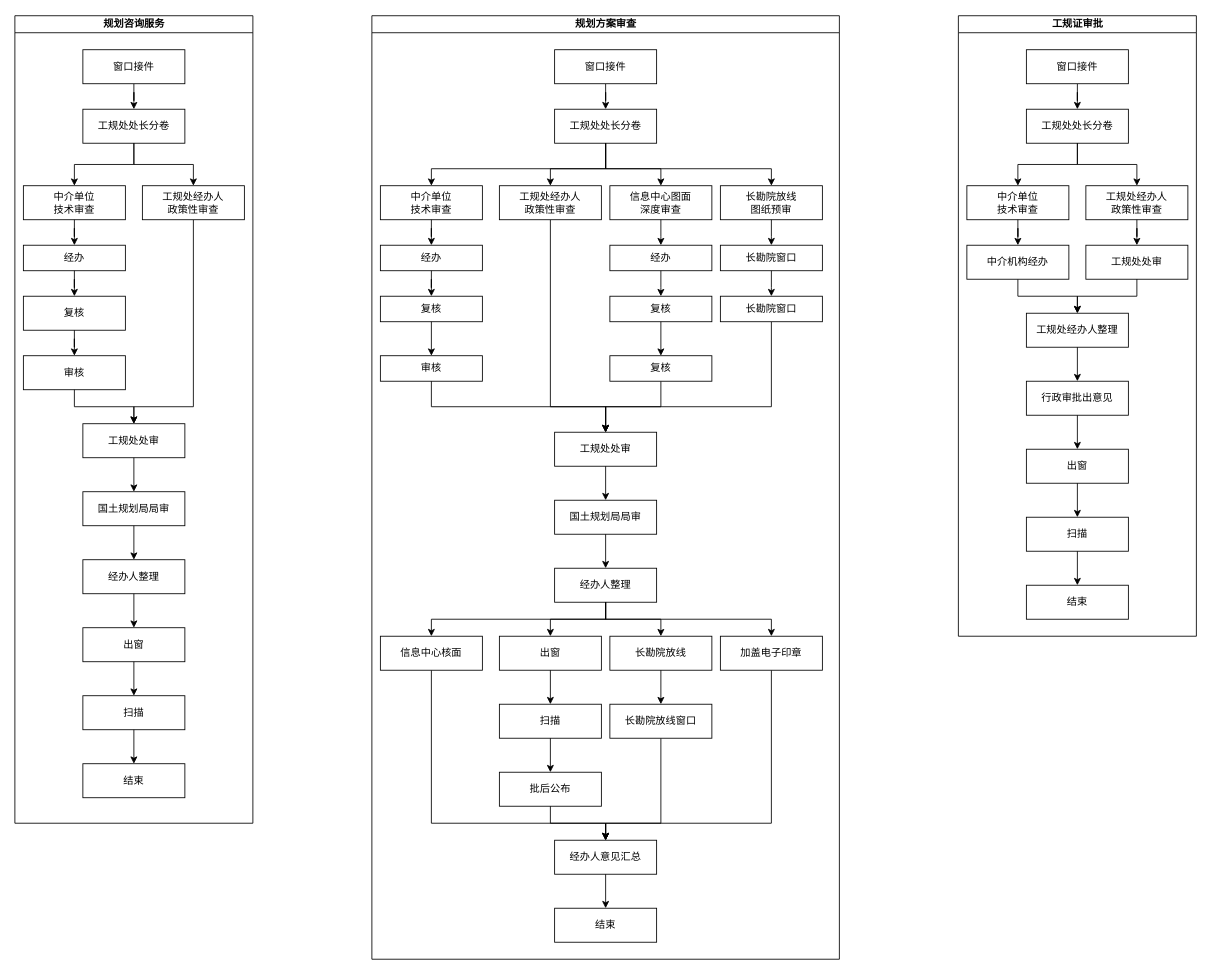
The draw.io diagram Untitled Diagram.drawio in 806100963/hellow-world, before the edit. Source tidied: cells renumbered, new cells numbered last; positions are measured from the earlier drawing's top-left corner, leaving out a move shared by most shapes. Both pictures are drawn from the tidied source at 85%, with x=0, y=0 at pixel (14, 15).
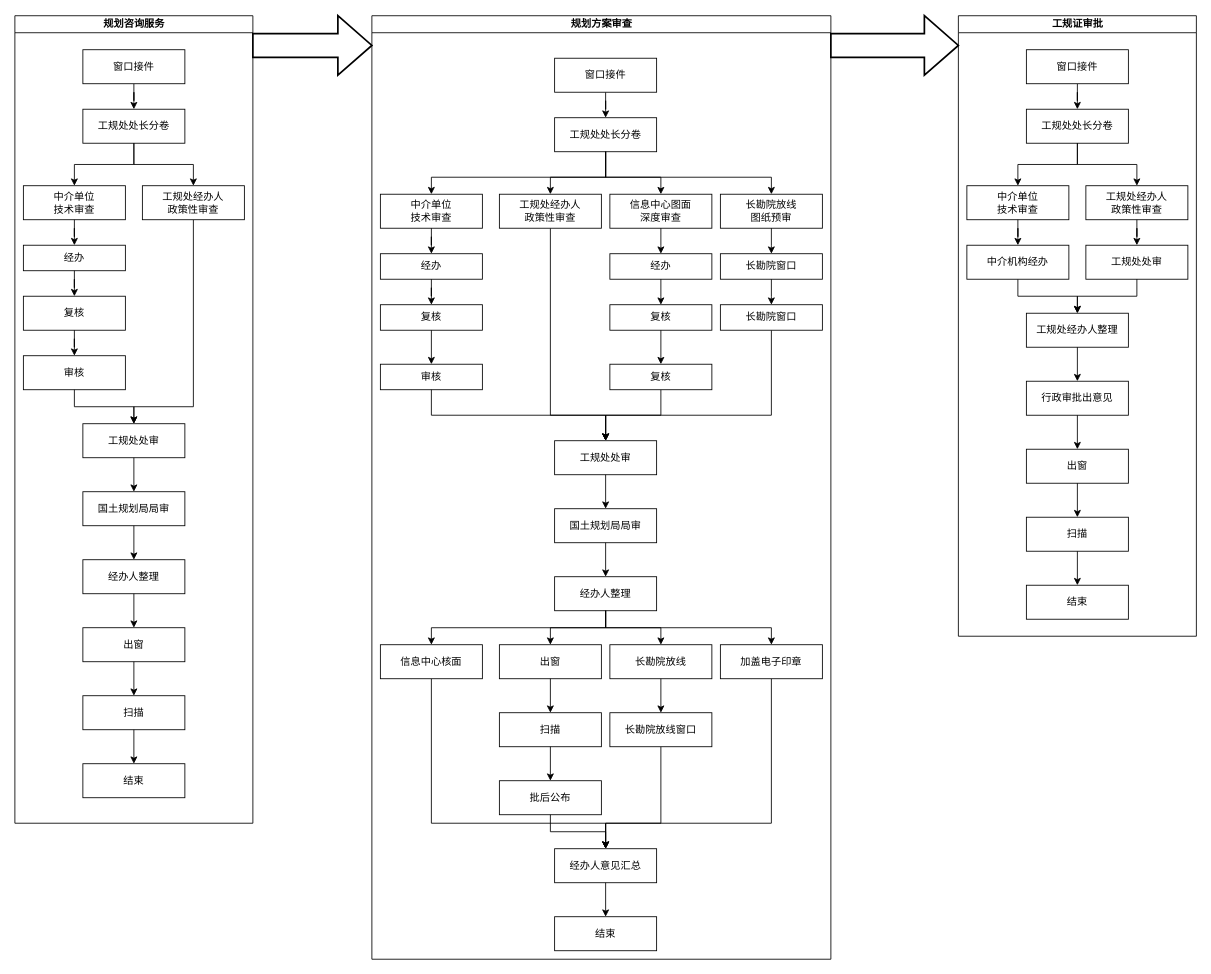
After the change.

What changed in the source:
```diff
@@
-    <mxCell id="29" value="规划方案审查" style="swimlane;html=1;startSize=20;horizontal=1;containerType=tree;" parent="1" vertex="1">
-      <mxGeometry x="420" width="550" height="1110" as="geometry" />
+    <mxCell id="29" value="规划方案审查" style="swimlane;html=1;startSize=20;horizontal=1;containerType=tree;glass=0;" parent="1" vertex="1">
+      <mxGeometry x="420" width="540" height="1110" as="geometry" />
     </mxCell>
@@
     <mxCell id="31" value="窗口接件" style="whiteSpace=wrap;html=1;align=center;" parent="29" vertex="1">
-      <mxGeometry x="215" y="40" width="120" height="40" as="geometry" />
+      <mxGeometry x="215" y="50" width="120" height="40" as="geometry" />
     </mxCell>
     <mxCell id="32" value="工规处处长分卷" style="whiteSpace=wrap;html=1;align=center;" parent="29" vertex="1">
-      <mxGeometry x="215" y="110" width="120" height="40" as="geometry" />
+      <mxGeometry x="215" y="120" width="120" height="40" as="geometry" />
     </mxCell>
     <mxCell id="33" style="edgeStyle=orthogonalEdgeStyle;rounded=0;jettySize=auto;html=1;entryX=0.5;entryY=0;entryDx=0;entryDy=0;" parent="29" edge="1" source="32" target="35">
       <mxGeometry relative="1" as="geometry">
         <Array as="points">
-          <mxPoint x="275" y="180" />
-          <mxPoint x="210" y="180" />
+          <mxPoint x="275" y="190" />
+          <mxPoint x="210" y="190" />
         </Array>
       </mxGeometry>
     </mxCell>
     <mxCell id="34" style="edgeStyle=orthogonalEdgeStyle;rounded=0;jettySize=auto;html=1;exitX=0.5;exitY=1;exitDx=0;exitDy=0;entryX=0.5;entryY=0;entryDx=0;entryDy=0;" parent="29" edge="1" source="35" target="45">
       <mxGeometry relative="1" as="geometry">
         <Array as="points">
-          <mxPoint x="210" y="460" />
-          <mxPoint x="275" y="460" />
+          <mxPoint x="210" y="470" />
+          <mxPoint x="275" y="470" />
         </Array>
       </mxGeometry>
     </mxCell>
     <mxCell id="35" value="工规处经办人&lt;br&gt;政策性审查" style="whiteSpace=wrap;html=1;align=center;" parent="29" vertex="1">
-      <mxGeometry x="150" y="200" width="120" height="40" as="geometry" />
+      <mxGeometry x="150" y="210" width="120" height="40" as="geometry" />
     </mxCell>
     <mxCell id="36" style="edgeStyle=orthogonalEdgeStyle;rounded=0;jettySize=auto;html=1;" parent="29" edge="1" source="32" target="37">
       <mxGeometry relative="1" as="geometry">
         <Array as="points">
-          <mxPoint x="275" y="180" />
-          <mxPoint x="70" y="180" />
+          <mxPoint x="275" y="190" />
+          <mxPoint x="70" y="190" />
         </Array>
       </mxGeometry>
     </mxCell>
     <mxCell id="37" value="中介单位&lt;br&gt;技术审查" style="whiteSpace=wrap;html=1;align=center;" parent="29" vertex="1">
-      <mxGeometry x="10" y="200" width="120" height="40" as="geometry" />
+      <mxGeometry x="10" y="210" width="120" height="40" as="geometry" />
     </mxCell>
@@
     <mxCell id="39" value="经办" style="whiteSpace=wrap;html=1;align=center;" parent="29" vertex="1">
-      <mxGeometry x="10" y="270" width="120" height="30" as="geometry" />
+      <mxGeometry x="10" y="280" width="120" height="30" as="geometry" />
     </mxCell>
@@
     <mxCell id="41" value="复核" style="whiteSpace=wrap;html=1;align=center;" parent="29" vertex="1">
-      <mxGeometry x="10" y="330" width="120" height="30" as="geometry" />
+      <mxGeometry x="10" y="340" width="120" height="30" as="geometry" />
     </mxCell>
@@
     <mxCell id="43" value="审核" style="whiteSpace=wrap;html=1;align=center;" parent="29" vertex="1">
-      <mxGeometry x="10" y="400" width="120" height="30" as="geometry" />
+      <mxGeometry x="10" y="410" width="120" height="30" as="geometry" />
     </mxCell>
@@
     <mxCell id="45" value="工规处处审" style="whiteSpace=wrap;html=1;align=center;" parent="29" vertex="1">
-      <mxGeometry x="215" y="490" width="120" height="40" as="geometry" />
+      <mxGeometry x="215" y="500" width="120" height="40" as="geometry" />
     </mxCell>
@@
     <mxCell id="47" value="国土规划局局审" style="whiteSpace=wrap;html=1;align=center;" parent="29" vertex="1">
-      <mxGeometry x="215" y="570" width="120" height="40" as="geometry" />
+      <mxGeometry x="215" y="580" width="120" height="40" as="geometry" />
     </mxCell>
@@
     <mxCell id="49" value="经办人整理" style="whiteSpace=wrap;html=1;align=center;" parent="29" vertex="1">
-      <mxGeometry x="215" y="650" width="120" height="40" as="geometry" />
+      <mxGeometry x="215" y="660" width="120" height="40" as="geometry" />
     </mxCell>
@@
     <mxCell id="51" value="出窗" style="whiteSpace=wrap;html=1;align=center;" parent="29" vertex="1">
-      <mxGeometry x="150" y="730" width="120" height="40" as="geometry" />
+      <mxGeometry x="150" y="740" width="120" height="40" as="geometry" />
     </mxCell>
     <mxCell id="52" style="edgeStyle=orthogonalEdgeStyle;rounded=0;jettySize=auto;html=1;" parent="29" edge="1" source="32" target="53">
       <mxGeometry relative="1" as="geometry">
         <Array as="points">
-          <mxPoint x="275" y="180" />
-          <mxPoint x="340" y="180" />
+          <mxPoint x="275" y="190" />
+          <mxPoint x="340" y="190" />
         </Array>
       </mxGeometry>
     </mxCell>
     <mxCell id="53" value="信息中心图面&lt;br&gt;深度审查" style="whiteSpace=wrap;html=1;align=center;" parent="29" vertex="1">
-      <mxGeometry x="280" y="200" width="120" height="40" as="geometry" />
+      <mxGeometry x="280" y="210" width="120" height="40" as="geometry" />
     </mxCell>
     <mxCell id="54" style="edgeStyle=orthogonalEdgeStyle;rounded=0;jettySize=auto;html=1;" parent="29" edge="1" source="32" target="55">
       <mxGeometry relative="1" as="geometry">
         <Array as="points">
-          <mxPoint x="275" y="180" />
-          <mxPoint x="470" y="180" />
+          <mxPoint x="275" y="190" />
+          <mxPoint x="470" y="190" />
         </Array>
       </mxGeometry>
     </mxCell>
     <mxCell id="55" value="长勘院放线&lt;br&gt;图纸预审" style="whiteSpace=wrap;html=1;align=center;" parent="29" vertex="1">
-      <mxGeometry x="410" y="200" width="120" height="40" as="geometry" />
+      <mxGeometry x="410" y="210" width="120" height="40" as="geometry" />
     </mxCell>
     <mxCell id="56" style="edgeStyle=orthogonalEdgeStyle;rounded=0;jettySize=auto;html=1;entryX=0.5;entryY=0;entryDx=0;entryDy=0;" parent="29" edge="1" source="53" target="57">
       <mxGeometry relative="1" as="geometry">
         <Array as="points">
-          <mxPoint x="340" y="260" />
-          <mxPoint x="340" y="260" />
+          <mxPoint x="340" y="270" />
+          <mxPoint x="340" y="270" />
         </Array>
       </mxGeometry>
     </mxCell>
     <mxCell id="57" value="经办" style="whiteSpace=wrap;html=1;align=center;" parent="29" vertex="1">
-      <mxGeometry x="280" y="270" width="120" height="30" as="geometry" />
+      <mxGeometry x="280" y="280" width="120" height="30" as="geometry" />
     </mxCell>
     <mxCell id="58" style="edgeStyle=orthogonalEdgeStyle;rounded=0;jettySize=auto;html=1;entryX=0.5;entryY=0;entryDx=0;entryDy=0;exitX=0.5;exitY=1;exitDx=0;exitDy=0;" parent="29" edge="1" source="57" target="59">
       <mxGeometry relative="1" as="geometry">
         <Array as="points">
-          <mxPoint x="340" y="320" />
-          <mxPoint x="340" y="320" />
+          <mxPoint x="340" y="330" />
+          <mxPoint x="340" y="330" />
         </Array>
       </mxGeometry>
     </mxCell>
     <mxCell id="59" value="复核" style="whiteSpace=wrap;html=1;align=center;" parent="29" vertex="1">
-      <mxGeometry x="280" y="330" width="120" height="30" as="geometry" />
+      <mxGeometry x="280" y="340" width="120" height="30" as="geometry" />
     </mxCell>
     <mxCell id="60" style="edgeStyle=orthogonalEdgeStyle;rounded=0;jettySize=auto;html=1;entryX=0.5;entryY=0;entryDx=0;entryDy=0;exitX=0.5;exitY=1;exitDx=0;exitDy=0;" parent="29" edge="1" source="59" target="62">
       <mxGeometry relative="1" as="geometry">
         <Array as="points">
-          <mxPoint x="340" y="400" />
-          <mxPoint x="340" y="400" />
+          <mxPoint x="340" y="410" />
+          <mxPoint x="340" y="410" />
         </Array>
       </mxGeometry>
     </mxCell>
@@
     <mxCell id="62" value="复核" style="whiteSpace=wrap;html=1;align=center;" parent="29" vertex="1">
-      <mxGeometry x="280" y="400" width="120" height="30" as="geometry" />
+      <mxGeometry x="280" y="410" width="120" height="30" as="geometry" />
     </mxCell>
     <mxCell id="63" style="edgeStyle=orthogonalEdgeStyle;rounded=0;jettySize=auto;html=1;entryX=0.5;entryY=0;entryDx=0;entryDy=0;" parent="29" edge="1" source="55" target="64">
       <mxGeometry relative="1" as="geometry">
         <Array as="points">
-          <mxPoint x="470" y="260" />
-          <mxPoint x="470" y="260" />
+          <mxPoint x="470" y="270" />
+          <mxPoint x="470" y="270" />
         </Array>
       </mxGeometry>
     </mxCell>
     <mxCell id="64" value="长勘院窗口" style="whiteSpace=wrap;html=1;align=center;" parent="29" vertex="1">
-      <mxGeometry x="410" y="270" width="120" height="30" as="geometry" />
+      <mxGeometry x="410" y="280" width="120" height="30" as="geometry" />
     </mxCell>
     <mxCell id="65" style="edgeStyle=orthogonalEdgeStyle;rounded=0;jettySize=auto;html=1;entryX=0.5;entryY=0;entryDx=0;entryDy=0;" parent="29" edge="1" source="64" target="67">
       <mxGeometry relative="1" as="geometry">
         <Array as="points">
-          <mxPoint x="470" y="320" />
-          <mxPoint x="470" y="320" />
+          <mxPoint x="470" y="330" />
+          <mxPoint x="470" y="330" />
         </Array>
       </mxGeometry>
     </mxCell>
     <mxCell id="66" style="edgeStyle=orthogonalEdgeStyle;rounded=0;jettySize=auto;html=1;exitX=0.5;exitY=1;exitDx=0;exitDy=0;entryX=0.5;entryY=0;entryDx=0;entryDy=0;" parent="29" edge="1" source="67" target="45">
       <mxGeometry relative="1" as="geometry">
         <Array as="points">
-          <mxPoint x="470" y="460" />
-          <mxPoint x="275" y="460" />
+          <mxPoint x="470" y="470" />
+          <mxPoint x="275" y="470" />
         </Array>
       </mxGeometry>
     </mxCell>
     <mxCell id="67" value="长勘院窗口" style="whiteSpace=wrap;html=1;align=center;" parent="29" vertex="1">
-      <mxGeometry x="410" y="330" width="120" height="30" as="geometry" />
+      <mxGeometry x="410" y="340" width="120" height="30" as="geometry" />
     </mxCell>
     <mxCell id="68" style="edgeStyle=orthogonalEdgeStyle;rounded=0;jettySize=auto;html=1;" parent="29" edge="1" source="49" target="70">
       <mxGeometry relative="1" as="geometry">
         <Array as="points">
-          <mxPoint x="275" y="710" />
-          <mxPoint x="70" y="710" />
+          <mxPoint x="275" y="720" />
+          <mxPoint x="70" y="720" />
         </Array>
       </mxGeometry>
     </mxCell>
@@
     <mxCell id="70" value="信息中心核面" style="whiteSpace=wrap;html=1;align=center;" parent="29" vertex="1">
-      <mxGeometry x="10" y="730" width="120" height="40" as="geometry" />
+      <mxGeometry x="10" y="740" width="120" height="40" as="geometry" />
     </mxCell>
@@
     <mxCell id="72" value="长勘院放线" style="whiteSpace=wrap;html=1;align=center;" parent="29" vertex="1">
-      <mxGeometry x="280" y="730" width="120" height="40" as="geometry" />
+      <mxGeometry x="280" y="740" width="120" height="40" as="geometry" />
     </mxCell>
     <mxCell id="73" style="edgeStyle=orthogonalEdgeStyle;rounded=0;jettySize=auto;html=1;" parent="29" edge="1" source="49" target="75">
       <mxGeometry relative="1" as="geometry">
         <Array as="points">
-          <mxPoint x="275" y="710" />
-          <mxPoint x="470" y="710" />
+          <mxPoint x="275" y="720" />
+          <mxPoint x="470" y="720" />
         </Array>
       </mxGeometry>
     </mxCell>
@@
     <mxCell id="75" value="加盖电子印章" style="whiteSpace=wrap;html=1;align=center;" parent="29" vertex="1">
-      <mxGeometry x="410" y="730" width="120" height="40" as="geometry" />
+      <mxGeometry x="410" y="740" width="120" height="40" as="geometry" />
     </mxCell>
@@
     <mxCell id="77" value="扫描" style="whiteSpace=wrap;html=1;align=center;" parent="29" vertex="1">
-      <mxGeometry x="150" y="810" width="120" height="40" as="geometry" />
+      <mxGeometry x="150" y="820" width="120" height="40" as="geometry" />
     </mxCell>
@@
     <mxCell id="79" value="批后公布" style="whiteSpace=wrap;html=1;align=center;" parent="29" vertex="1">
-      <mxGeometry x="150" y="890" width="120" height="40" as="geometry" />
+      <mxGeometry x="150" y="900" width="120" height="40" as="geometry" />
     </mxCell>
@@
     <mxCell id="82" value="长勘院放线窗口" style="whiteSpace=wrap;html=1;align=center;" parent="29" vertex="1">
-      <mxGeometry x="280" y="810" width="120" height="40" as="geometry" />
+      <mxGeometry x="280" y="820" width="120" height="40" as="geometry" />
     </mxCell>
@@
     <mxCell id="84" value="经办人意见汇总" style="whiteSpace=wrap;html=1;align=center;" parent="29" vertex="1">
-      <mxGeometry x="215" y="970" width="120" height="40" as="geometry" />
+      <mxGeometry x="215" y="980" width="120" height="40" as="geometry" />
     </mxCell>
@@
     <mxCell id="86" value="结束" style="whiteSpace=wrap;html=1;align=center;" parent="29" vertex="1">
-      <mxGeometry x="215" y="1050" width="120" height="40" as="geometry" />
+      <mxGeometry x="215" y="1060" width="120" height="40" as="geometry" />
     </mxCell>
@@
+    <mxCell id="110" style="verticalLabelPosition=bottom;verticalAlign=top;html=1;strokeWidth=2;shape=mxgraph.arrows2.arrow;dy=0.6;dx=40;notch=0;" parent="1" vertex="1">
+      <mxGeometry x="280" width="140" height="70" as="geometry" />
+    </mxCell>
+    <mxCell id="111" style="verticalLabelPosition=bottom;verticalAlign=top;html=1;strokeWidth=2;shape=mxgraph.arrows2.arrow;dy=0.6;dx=40;notch=0;" parent="1" vertex="1">
+      <mxGeometry x="960" width="150" height="70" as="geometry" />
+    </mxCell>
```
